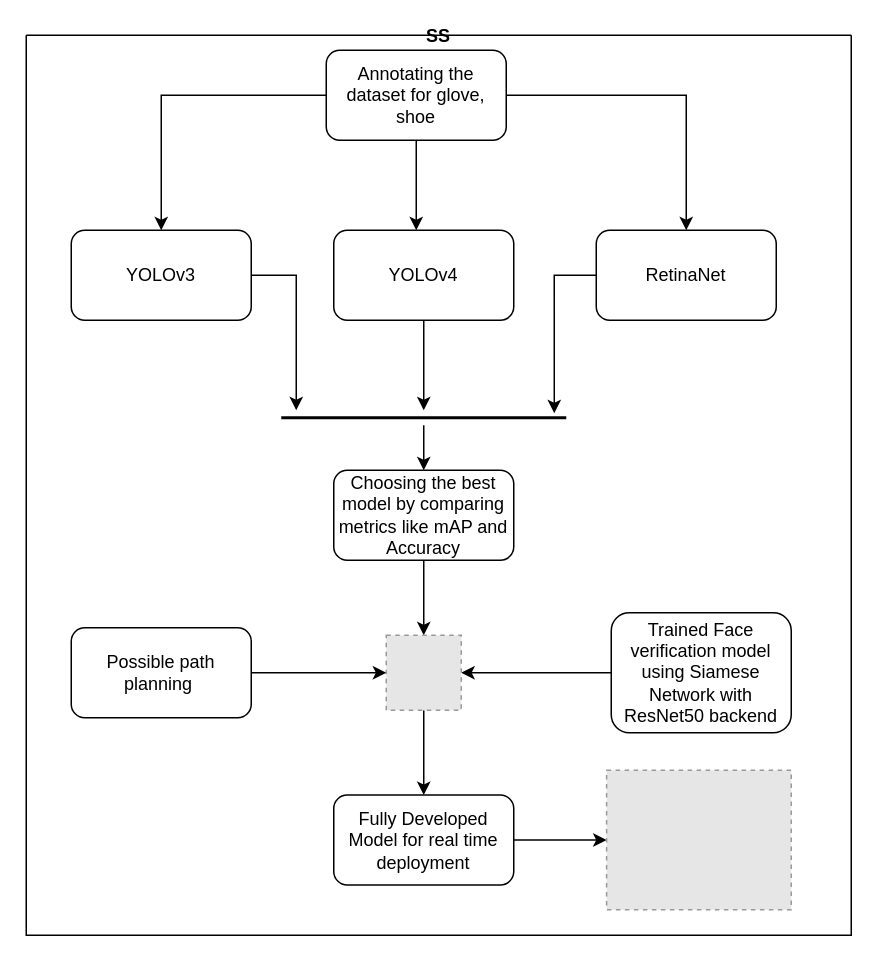
splion-360/Construction-Site-Survelliance keeps this draw.io diagram as FYP.drawio. Above is the earlier version. Source tidied: cells renumbered, new cells numbered last; positions are measured from the earlier drawing's top-left corner, leaving out a move shared by most shapes. Both pictures are drawn from the tidied source at 150%, with x=0, y=0 at pixel (26, 34). Pictures stored in the file or linked from it are replaced by grey dashed boxes.
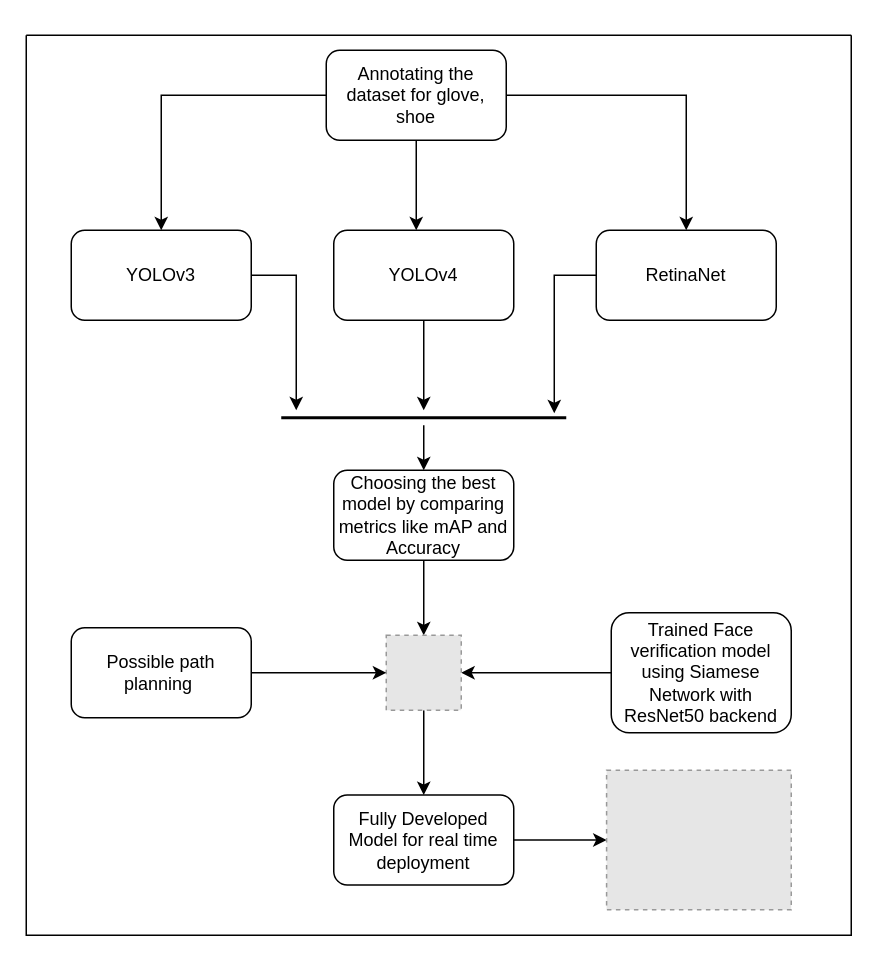
The same diagram, later.

Diff of the diagram source:
```diff
@@
-    <mxCell id="25" value="SS" style="swimlane;startSize=0;" parent="1" vertex="1">
+    <mxCell id="25" style="swimlane;startSize=0;" parent="1" vertex="1">
       <mxGeometry width="550" height="600" as="geometry" />
     </mxCell>
```
